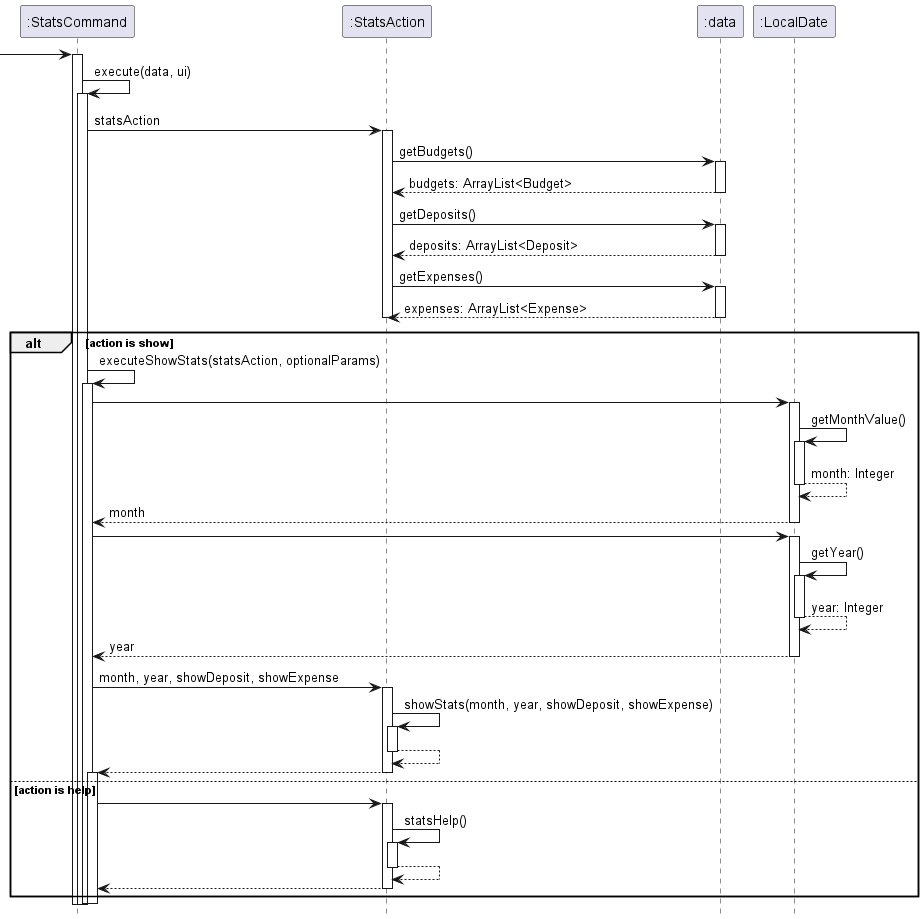
Earlier version of the PlantUML export docs/images/StatsCommandSequence.png (stephenkyang/tp).
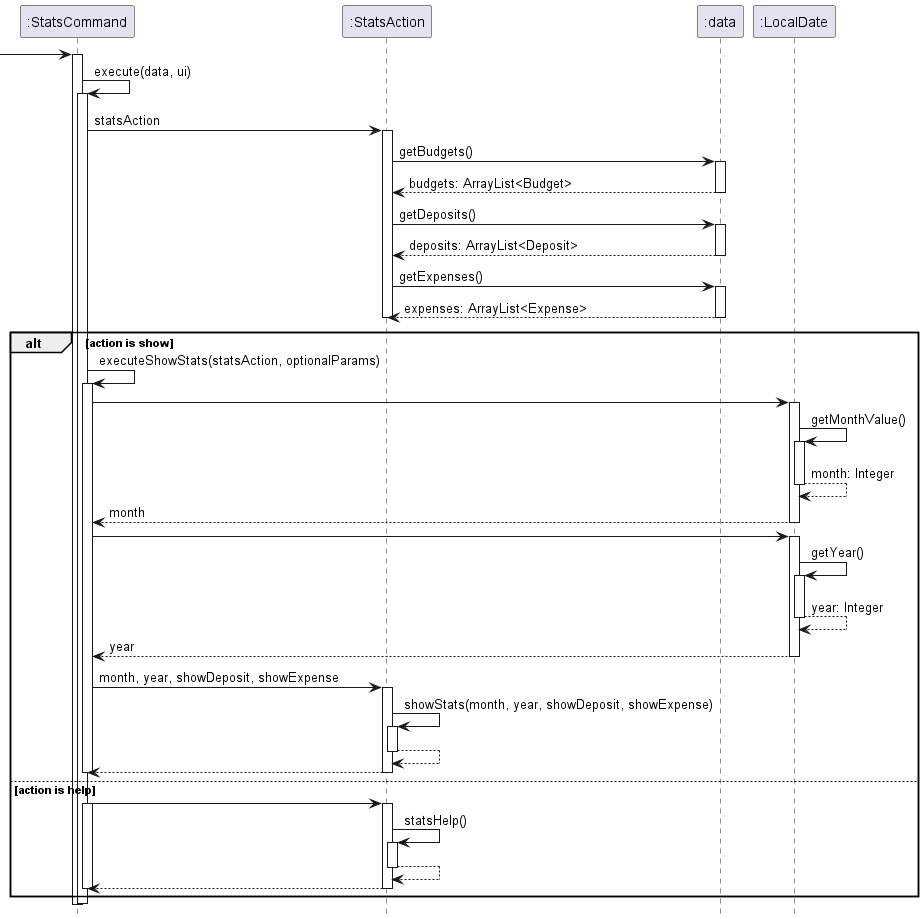
Later version of the same file.

Commit message:
Updated sequence diagram

The edit, as a diff of the source:
```diff
@@ -55,19 +55,22 @@
 return
 return
 
+deactivate ":StatsCommand"
+
 else action is help
+":StatsCommand" -> ":StatsAction"
 activate ":StatsCommand"
-":StatsCommand" -> ":StatsAction"
 activate ":StatsAction"
 ":StatsAction" -> ":StatsAction" : statsHelp()
 activate ":StatsAction"
 return
 return
+deactivate ":StatsCommand"
 
 end
 
 
-deactivate ":StatsCommand"
+
 deactivate ":StatsCommand"
 
 
```
